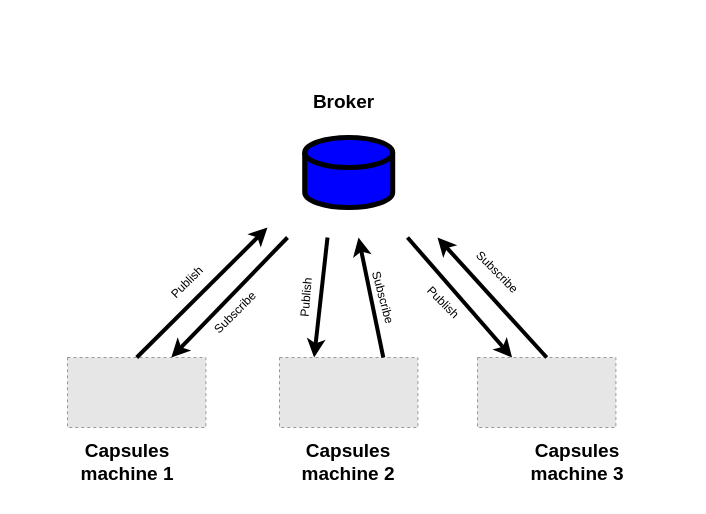
Earlier version of the draw.io diagram Diagrams/1 - Draw.io/MQTT diagram.drawio (joaomiguelpassos/CSLAB). Source tidied: cells renumbered, new cells numbered last; positions are measured from the earlier drawing's top-left corner, leaving out a move shared by most shapes. Both pictures are drawn from the tidied source at 100%, with x=0, y=0 at pixel (67, 77). Pictures stored in the file or linked from it are replaced by grey dashed boxes.
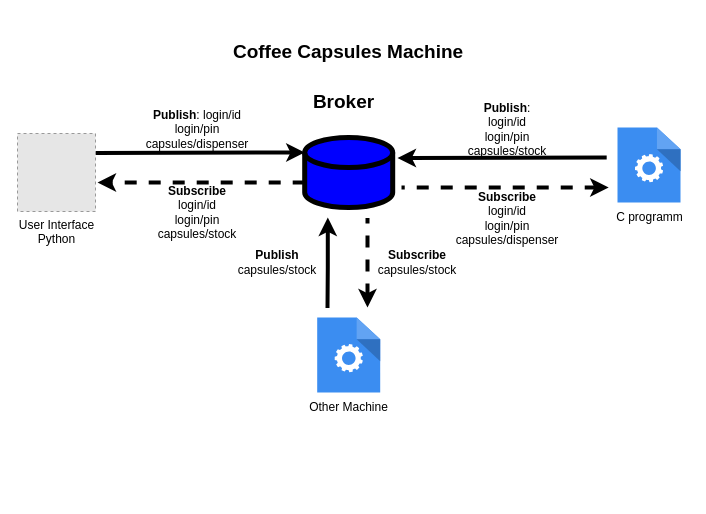
The same page after the edit.

Unchanged cells that the change refers to:
```xml
<mxCell id="5" style="shape=cylinder3;whiteSpace=wrap;html=1;boundedLbl=1;backgroundOutline=1;size=15;fillColor=#0000FF;strokeWidth=5;strokeColor=#000000;" parent="1" vertex="1">
  <mxGeometry x="237.2" y="60" width="88" height="70" as="geometry" />
</mxCell>
```

What changed in the source:
```diff
@@
-    <mxCell id="2" style="fillColor=#E6E6E6;strokeColor=#999999;dashed=1;verticalLabelPosition=bottom;labelBackgroundColor=default;verticalAlign=top;" parent="1" vertex="1">
-      <mxGeometry x="410" y="280" width="138.4" height="70" as="geometry" />
-    </mxCell>
-    <mxCell id="3" style="fillColor=#E6E6E6;strokeColor=#999999;dashed=1;verticalLabelPosition=bottom;labelBackgroundColor=default;verticalAlign=top;" parent="1" vertex="1">
-      <mxGeometry x="212" y="280" width="138.4" height="70" as="geometry" />
-    </mxCell>
-    <mxCell id="4" style="fillColor=#E6E6E6;strokeColor=#999999;dashed=1;verticalLabelPosition=bottom;labelBackgroundColor=default;verticalAlign=top;" parent="1" vertex="1">
-      <mxGeometry y="280" width="138.4" height="70" as="geometry" />
-    </mxCell>
@@
-    <mxCell id="7" value="Capsules machine 1" style="text;html=1;strokeColor=none;fillColor=none;align=center;verticalAlign=middle;whiteSpace=wrap;rounded=0;fontSize=19;fontStyle=1;" parent="1" vertex="1">
-      <mxGeometry x="10" y="350" width="100" height="70" as="geometry" />
+    <mxCell id="7" value="Coffee Capsules Machine" style="text;html=1;strokeColor=none;fillColor=none;align=center;verticalAlign=middle;whiteSpace=wrap;rounded=0;fontSize=19;fontStyle=1;" parent="1" vertex="1">
+      <mxGeometry x="146.2" y="-60" width="270" height="70" as="geometry" />
     </mxCell>
-    <mxCell id="8" value="Capsules machine 3" style="text;html=1;strokeColor=none;fillColor=none;align=center;verticalAlign=middle;whiteSpace=wrap;rounded=0;fontSize=19;fontStyle=1;" parent="1" vertex="1">
-      <mxGeometry x="460" y="350" width="100" height="70" as="geometry" />
-    </mxCell>
-    <mxCell id="9" value="Capsules machine 2" style="text;html=1;strokeColor=none;fillColor=none;align=center;verticalAlign=middle;whiteSpace=wrap;rounded=0;fontSize=19;fontStyle=1;" parent="1" vertex="1">
-      <mxGeometry x="231.2" y="350" width="100" height="70" as="geometry" />
-    </mxCell>
-    <mxCell id="10" style="endArrow=classic;html=1;rounded=0;fontSize=19;strokeWidth=4;exitX=0.5;exitY=0;exitDx=0;exitDy=0;" parent="1" edge="1" source="4">
-      <mxGeometry relative="1" as="geometry">
-        <mxPoint x="200" y="150" as="targetPoint" />
-      </mxGeometry>
+    <mxCell id="10" style="endArrow=classic;html=1;rounded=0;fontSize=19;strokeWidth=4;exitX=1;exitY=0.25;exitDx=0;exitDy=0;entryX=0;entryY=0;entryDx=0;entryDy=15;entryPerimeter=0;" parent="1" edge="1" source="22" target="5">
+      <mxGeometry relative="1" as="geometry" />
     </mxCell>
-    <mxCell id="11" style="endArrow=classic;html=1;rounded=0;fontSize=19;strokeWidth=4;entryX=0.75;entryY=0;entryDx=0;entryDy=0;" parent="1" edge="1" target="4">
-      <mxGeometry relative="1" as="geometry">
-        <mxPoint x="220" y="160" as="sourcePoint" />
-      </mxGeometry>
+    <mxCell id="11" style="endArrow=classic;html=1;rounded=0;fontSize=19;strokeWidth=4;entryX=1.026;entryY=0.628;entryDx=0;entryDy=0;exitX=0;exitY=0;exitDx=0;exitDy=45;exitPerimeter=0;entryPerimeter=0;dashed=1;" parent="1" edge="1" source="5" target="22">
+      <mxGeometry relative="1" as="geometry" />
     </mxCell>
-    <mxCell id="12" style="endArrow=classic;html=1;rounded=0;fontSize=19;strokeWidth=4;entryX=0.25;entryY=0;entryDx=0;entryDy=0;" parent="1" edge="1" target="3">
-      <mxGeometry relative="1" as="geometry">
-        <mxPoint x="260" y="160" as="sourcePoint" />
-      </mxGeometry>
-    </mxCell>
-    <mxCell id="13" style="endArrow=classic;html=1;rounded=0;fontSize=19;strokeWidth=4;exitX=0.75;exitY=0;exitDx=0;exitDy=0;" parent="1" edge="1" source="3">
-      <mxGeometry relative="1" as="geometry">
-        <mxPoint x="291" y="160" as="targetPoint" />
-      </mxGeometry>
-    </mxCell>
-    <mxCell id="14" style="endArrow=classic;html=1;rounded=0;fontSize=19;strokeWidth=4;entryX=0.25;entryY=0;entryDx=0;entryDy=0;" parent="1" edge="1" target="2">
-      <mxGeometry relative="1" as="geometry">
-        <mxPoint x="340" y="160" as="sourcePoint" />
-      </mxGeometry>
-    </mxCell>
-    <mxCell id="15" style="endArrow=classic;html=1;rounded=0;fontSize=19;strokeWidth=4;exitX=0.5;exitY=0;exitDx=0;exitDy=0;" parent="1" edge="1" source="2">
-      <mxGeometry relative="1" as="geometry">
-        <mxPoint x="370" y="160" as="targetPoint" />
-      </mxGeometry>
-    </mxCell>
-    <mxCell id="16" value="Publish" style="text;html=1;strokeColor=none;fillColor=none;align=center;verticalAlign=middle;whiteSpace=wrap;rounded=0;rotation=-45;" parent="1" vertex="1">
-      <mxGeometry x="90" y="190" width="60" height="30" as="geometry" />
+    <mxCell id="16" value="&lt;b&gt;Publish&lt;/b&gt;: login/id&lt;br&gt;login/pin&lt;br&gt;capsules/dispenser" style="text;html=1;strokeColor=none;fillColor=none;align=center;verticalAlign=middle;whiteSpace=wrap;rounded=0;rotation=0;" parent="1" vertex="1">
+      <mxGeometry x="100" y="37" width="60" height="30" as="geometry" />
     </mxCell>
-    <mxCell id="17" value="Publish" style="text;html=1;strokeColor=none;fillColor=none;align=center;verticalAlign=middle;whiteSpace=wrap;rounded=0;rotation=-85;" parent="1" vertex="1">
-      <mxGeometry x="214.1" y="204.9" width="50" height="30" as="geometry" />
-    </mxCell>
-    <mxCell id="18" value="Publish" style="text;html=1;strokeColor=none;fillColor=none;align=center;verticalAlign=middle;whiteSpace=wrap;rounded=0;rotation=45;" parent="1" vertex="1">
-      <mxGeometry x="345.6" y="210" width="60" height="30" as="geometry" />
-    </mxCell>
-    <mxCell id="19" value="Subscribe" style="text;html=1;strokeColor=none;fillColor=none;align=center;verticalAlign=middle;whiteSpace=wrap;rounded=0;rotation=-45;" parent="1" vertex="1">
-      <mxGeometry x="138.4" y="220" width="60" height="30" as="geometry" />
+    <mxCell id="19" value="&lt;b&gt;Subscribe&lt;/b&gt;&lt;br&gt;login/id&lt;br&gt;login/pin&lt;br&gt;capsules/stock" style="text;html=1;strokeColor=none;fillColor=none;align=center;verticalAlign=middle;whiteSpace=wrap;rounded=0;rotation=0;" parent="1" vertex="1">
+      <mxGeometry x="100" y="120" width="60" height="30" as="geometry" />
     </mxCell>
-    <mxCell id="20" value="Subscribe" style="text;html=1;strokeColor=none;fillColor=none;align=center;verticalAlign=middle;whiteSpace=wrap;rounded=0;rotation=75;" parent="1" vertex="1">
-      <mxGeometry x="285.6" y="204.9" width="60" height="30" as="geometry" />
-    </mxCell>
-    <mxCell id="21" value="Subscribe" style="text;html=1;strokeColor=none;fillColor=none;align=center;verticalAlign=middle;whiteSpace=wrap;rounded=0;rotation=45;" parent="1" vertex="1">
-      <mxGeometry x="400" y="180" width="60" height="30" as="geometry" />
-    </mxCell>
+    <mxCell id="22" value="&lt;span style=&quot;background-color: rgb(255 , 255 , 255)&quot;&gt;User Interface&lt;br&gt;Python&lt;/span&gt;" style="fillColor=#E6E6E6;strokeColor=#999999;dashed=1;html=1;verticalAlign=top;verticalLabelPosition=bottom;labelBackgroundColor=#ffffff;" parent="1" vertex="1">
+      <mxGeometry x="-50" y="56" width="78" height="78" as="geometry" />
+    </mxCell>
+    <mxCell id="23" style="endArrow=none;html=1;rounded=0;fontSize=19;strokeWidth=4;exitX=1;exitY=0.25;exitDx=0;exitDy=0;entryX=0;entryY=0;entryDx=0;entryDy=15;entryPerimeter=0;startArrow=classic;startFill=1;endFill=0;" parent="1" edge="1">
+      <mxGeometry relative="1" as="geometry">
+        <mxPoint x="330" y="80.5" as="sourcePoint" />
+        <mxPoint x="539.2" y="80" as="targetPoint" />
+      </mxGeometry>
+    </mxCell>
+    <mxCell id="24" style="endArrow=none;html=1;rounded=0;fontSize=19;strokeWidth=4;entryX=1.026;entryY=0.628;entryDx=0;entryDy=0;exitX=0;exitY=0;exitDx=0;exitDy=45;exitPerimeter=0;entryPerimeter=0;dashed=1;endFill=0;startArrow=classic;startFill=1;" parent="1" edge="1">
+      <mxGeometry relative="1" as="geometry">
+        <mxPoint x="541.2" y="110" as="sourcePoint" />
+        <mxPoint x="334" y="110" as="targetPoint" />
+      </mxGeometry>
+    </mxCell>
+    <mxCell id="25" value="&lt;b&gt;Publish&lt;/b&gt;: login/id&lt;br&gt;login/pin&lt;br&gt;capsules/stock" style="text;html=1;strokeColor=none;fillColor=none;align=center;verticalAlign=middle;whiteSpace=wrap;rounded=0;rotation=0;" parent="1" vertex="1">
+      <mxGeometry x="410" y="37" width="60" height="30" as="geometry" />
+    </mxCell>
+    <mxCell id="26" value="&lt;b&gt;Subscribe&lt;/b&gt;&lt;br&gt;login/id&lt;br&gt;login/pin&lt;br&gt;capsules/dispenser" style="text;html=1;strokeColor=none;fillColor=none;align=center;verticalAlign=middle;whiteSpace=wrap;rounded=0;rotation=0;" parent="1" vertex="1">
+      <mxGeometry x="410" y="126" width="60" height="30" as="geometry" />
+    </mxCell>
+    <mxCell id="27" style="sketch=0;html=1;strokeColor=none;shadow=0;align=center;verticalAlign=top;fillColor=#3B8DF1;shape=mxgraph.gcp2.process;" parent="1" vertex="1">
+      <mxGeometry x="550" y="50" width="63" height="75" as="geometry" />
+    </mxCell>
+    <mxCell id="28" value="C programm" style="text;html=1;align=center;verticalAlign=middle;strokeColor=none;fillColor=none;" parent="1" vertex="1">
+      <mxGeometry x="541.5" y="130" width="80" height="20" as="geometry" />
+    </mxCell>
+    <mxCell id="29" style="sketch=0;html=1;strokeColor=none;shadow=0;align=center;verticalAlign=top;fillColor=#3B8DF1;shape=mxgraph.gcp2.process;" parent="1" vertex="1">
+      <mxGeometry x="249.7" y="240" width="63" height="75" as="geometry" />
+    </mxCell>
+    <mxCell id="30" value="Other Machine" style="text;html=1;align=center;verticalAlign=middle;strokeColor=none;fillColor=none;" parent="1" vertex="1">
+      <mxGeometry x="236.2" y="320" width="90" height="20" as="geometry" />
+    </mxCell>
+    <mxCell id="31" style="endArrow=classic;html=1;rounded=0;fontSize=19;strokeWidth=4;exitX=1;exitY=0.25;exitDx=0;exitDy=0;" parent="1" edge="1">
+      <mxGeometry relative="1" as="geometry">
+        <mxPoint x="260" y="230.5" as="sourcePoint" />
+        <mxPoint x="260.3" y="140" as="targetPoint" />
+        <Array as="points">
+          <mxPoint x="260.3" y="190" />
+        </Array>
+      </mxGeometry>
+    </mxCell>
+    <mxCell id="32" style="endArrow=none;html=1;rounded=0;fontSize=19;strokeWidth=4;entryX=1.026;entryY=0.628;entryDx=0;entryDy=0;entryPerimeter=0;dashed=1;endFill=0;startArrow=classic;startFill=1;" parent="1" edge="1">
+      <mxGeometry relative="1" as="geometry">
+        <mxPoint x="300" y="230" as="sourcePoint" />
+        <mxPoint x="300" y="140.5" as="targetPoint" />
+      </mxGeometry>
+    </mxCell>
+    <mxCell id="33" value="&lt;b&gt;Subscribe&lt;/b&gt;&lt;br&gt;capsules/stock" style="text;html=1;strokeColor=none;fillColor=none;align=center;verticalAlign=middle;whiteSpace=wrap;rounded=0;rotation=0;" parent="1" vertex="1">
+      <mxGeometry x="320" y="170" width="60" height="30" as="geometry" />
+    </mxCell>
+    <mxCell id="34" value="&lt;b&gt;Publish&lt;/b&gt;&lt;br&gt;capsules/stock" style="text;html=1;strokeColor=none;fillColor=none;align=center;verticalAlign=middle;whiteSpace=wrap;rounded=0;rotation=0;" parent="1" vertex="1">
+      <mxGeometry x="180" y="170" width="60" height="30" as="geometry" />
+    </mxCell>
```
